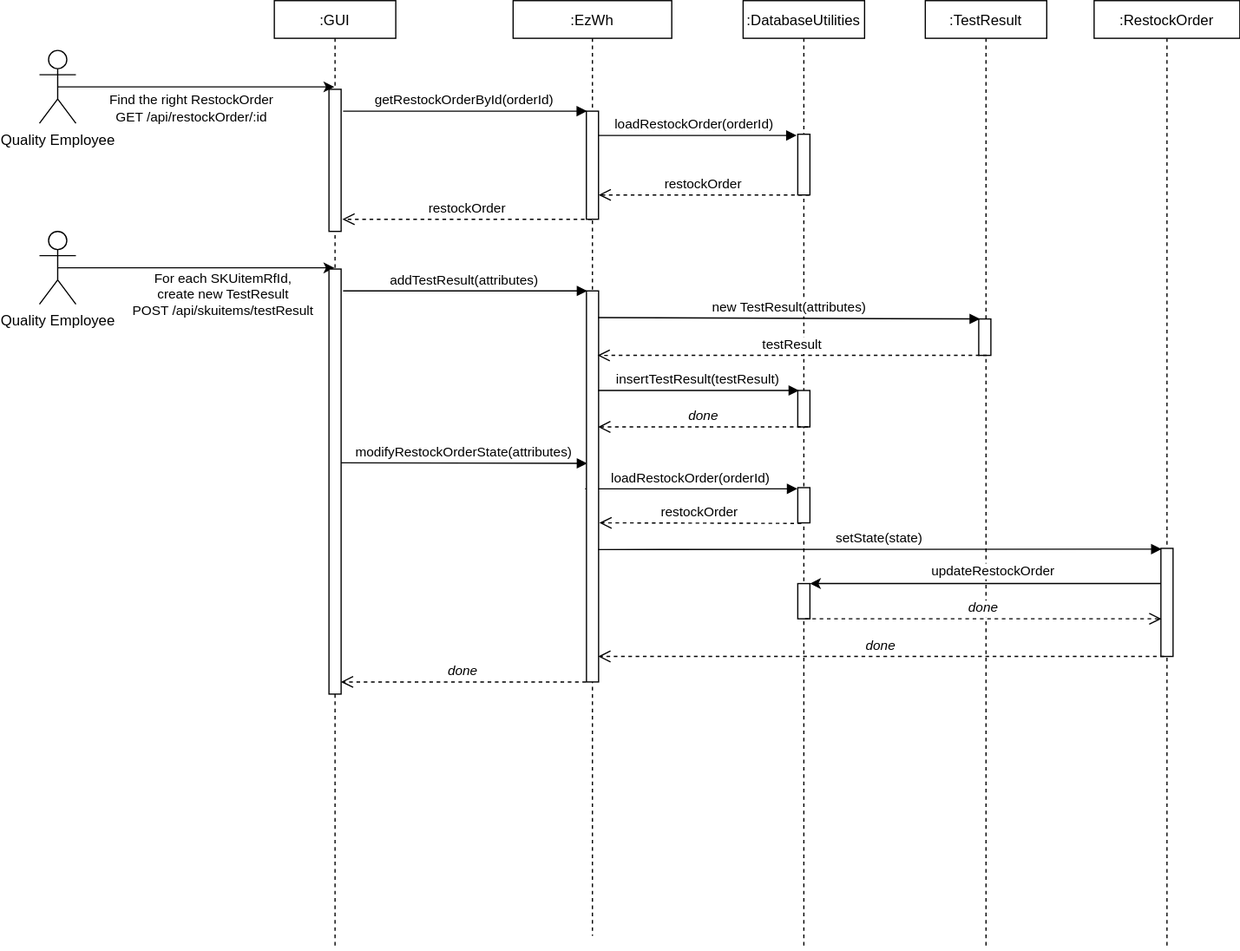
Earlier version of the draw.io export Design-diagrams/scenario5-2-1.svg (enessyarali/Easy-Warehouse). Source tidied: cells renumbered, new cells last; positions are measured from the earlier drawing's top-left corner, leaving out a move shared by most shapes.
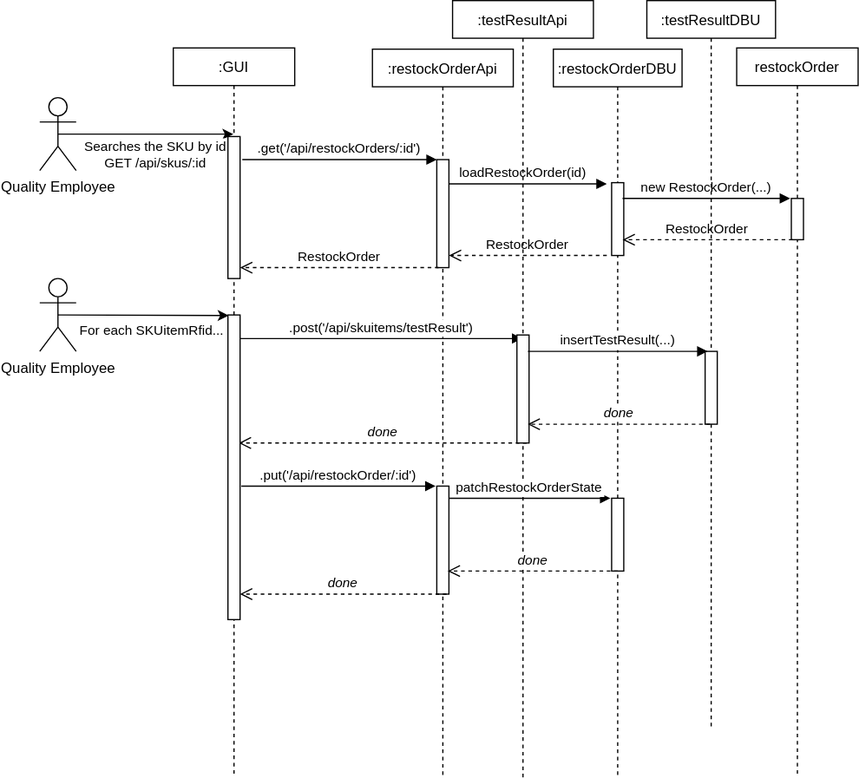
The same file after the commit.

Commit message:
Modified scenario diagram 1-1,1-3,5-2-1

The edit, as a diff of the source:
```diff
@@ -2,174 +2,155 @@
   <root>
     <mxCell id="0" />
     <mxCell id="1" parent="0" />
-    <mxCell id="2" value=":DatabaseUtilities" style="shape=umlLifeline;perimeter=lifelinePerimeter;rounded=0;shadow=0;strokeWidth=1;size=31;" parent="1" vertex="1">
-      <mxGeometry x="579.4" width="100" height="781" as="geometry" />
+    <mxCell id="2" value=":restockOrderDBU" style="shape=umlLifeline;perimeter=lifelinePerimeter;rounded=0;shadow=0;strokeWidth=1;size=31;" parent="1" vertex="1">
+      <mxGeometry x="403" y="41" width="106" height="600" as="geometry" />
     </mxCell>
     <mxCell id="3" style="perimeter=orthogonalPerimeter;rounded=0;shadow=0;strokeWidth=1;" parent="2" vertex="1">
-      <mxGeometry x="45" y="110" width="10" height="50" as="geometry" />
+      <mxGeometry x="48" y="110" width="10" height="60" as="geometry" />
     </mxCell>
-    <mxCell id="4" value="loadRestockOrder(orderId)" style="verticalAlign=bottom;endArrow=block;shadow=0;strokeWidth=1;" parent="2" edge="1" source="10">
+    <mxCell id="4" value="loadRestockOrder(id)" style="verticalAlign=bottom;endArrow=block;shadow=0;strokeWidth=1;" parent="2" edge="1">
       <mxGeometry relative="1" as="geometry">
+        <mxPoint x="-94" y="111" as="sourcePoint" />
         <mxPoint x="44" y="111" as="targetPoint" />
       </mxGeometry>
     </mxCell>
-    <mxCell id="5" style="perimeter=orthogonalPerimeter;rounded=0;shadow=0;strokeWidth=1;" parent="2" vertex="1">
-      <mxGeometry x="45" y="321" width="10" height="30" as="geometry" />
-    </mxCell>
-    <mxCell id="6" style="rounded=0;whiteSpace=wrap;html=1;" parent="2" vertex="1">
-      <mxGeometry x="45" y="401" width="10" height="29" as="geometry" />
-    </mxCell>
-    <mxCell id="7" style="rounded=0;whiteSpace=wrap;html=1;" parent="2" vertex="1">
-      <mxGeometry x="45" y="480" width="10" height="29" as="geometry" />
-    </mxCell>
+    <mxCell id="40" style="perimeter=orthogonalPerimeter;rounded=0;shadow=0;strokeWidth=1;" parent="2" vertex="1">
+      <mxGeometry x="48" y="370" width="10" height="60" as="geometry" />
+    </mxCell>
     <mxCell id="8" value=":GUI" style="shape=umlLifeline;perimeter=lifelinePerimeter;rounded=0;shadow=0;strokeWidth=1;size=31;" parent="1" vertex="1">
-      <mxGeometry x="193.4" width="100" height="781" as="geometry" />
+      <mxGeometry x="90" y="40" width="100" height="601" as="geometry" />
     </mxCell>
     <mxCell id="9" style="perimeter=orthogonalPerimeter;rounded=0;shadow=0;strokeWidth=1;" parent="8" vertex="1">
       <mxGeometry x="45" y="73" width="10" height="117" as="geometry" />
     </mxCell>
-    <mxCell id="10" value=":EzWh" style="shape=umlLifeline;perimeter=lifelinePerimeter;rounded=0;shadow=0;strokeWidth=1;size=31;" parent="1" vertex="1">
-      <mxGeometry x="390" width="130.6" height="770" as="geometry" />
+    <mxCell id="10" value=":restockOrderApi" style="shape=umlLifeline;perimeter=lifelinePerimeter;rounded=0;shadow=0;strokeWidth=1;size=31;" parent="1" vertex="1">
+      <mxGeometry x="254" y="41" width="116" height="600" as="geometry" />
     </mxCell>
     <mxCell id="11" style="perimeter=orthogonalPerimeter;rounded=0;shadow=0;strokeWidth=1;" parent="10" vertex="1">
-      <mxGeometry x="60.3" y="91" width="10" height="89" as="geometry" />
+      <mxGeometry x="53" y="91" width="10" height="89" as="geometry" />
     </mxCell>
-    <mxCell id="12" value="loadRestockOrder(orderId)" style="verticalAlign=bottom;endArrow=block;shadow=0;strokeWidth=1;" parent="10" edge="1">
-      <mxGeometry relative="1" as="geometry">
-        <mxPoint x="59.3" y="402" as="sourcePoint" />
-        <mxPoint x="234" y="402" as="targetPoint" />
-      </mxGeometry>
-    </mxCell>
-    <mxCell id="13" value="restockOrder" style="verticalAlign=bottom;endArrow=open;dashed=1;endSize=8;shadow=0;strokeWidth=1;exitX=0.479;exitY=0.555;exitDx=0;exitDy=0;exitPerimeter=0;" parent="10" edge="1">
-      <mxGeometry relative="1" as="geometry">
-        <mxPoint x="237.3" y="430.5" as="sourcePoint" />
-        <mxPoint x="71" y="430" as="targetPoint" />
-      </mxGeometry>
-    </mxCell>
-    <mxCell id="14" value="modifyRestockOrderState(attributes)" style="verticalAlign=bottom;endArrow=block;shadow=0;strokeWidth=1;exitX=0.795;exitY=0.301;exitDx=0;exitDy=0;exitPerimeter=0;" parent="10" edge="1">
-      <mxGeometry relative="1" as="geometry">
-        <mxPoint x="-142.7" y="380.5" as="sourcePoint" />
-        <mxPoint x="61" y="381" as="targetPoint" />
-      </mxGeometry>
-    </mxCell>
+    <mxCell id="41" value="done" style="verticalAlign=bottom;endArrow=open;dashed=1;endSize=8;exitX=0;exitY=0.95;shadow=0;strokeWidth=1;fontStyle=2;" parent="10" edge="1">
+      <mxGeometry relative="1" as="geometry">
+        <mxPoint x="127" y="324.5" as="sourcePoint" />
+        <mxPoint x="-110.1" y="324.5" as="targetPoint" />
+      </mxGeometry>
+    </mxCell>
+    <mxCell id="42" style="perimeter=orthogonalPerimeter;rounded=0;shadow=0;strokeWidth=1;" parent="10" vertex="1">
+      <mxGeometry x="53" y="360" width="10" height="89" as="geometry" />
+    </mxCell>
-    <mxCell id="15" value="restockOrder" style="verticalAlign=bottom;endArrow=open;dashed=1;endSize=8;shadow=0;strokeWidth=1;" parent="1" edge="1">
+    <mxCell id="15" value="RestockOrder" style="verticalAlign=bottom;endArrow=open;dashed=1;endSize=8;exitX=0;exitY=0.95;shadow=0;strokeWidth=1;" parent="1" edge="1">
       <mxGeometry relative="1" as="geometry">
-        <mxPoint x="633.9" y="160" as="sourcePoint" />
-        <mxPoint x="460.4" y="160" as="targetPoint" />
+        <mxPoint x="447" y="211" as="sourcePoint" />
+        <mxPoint x="317" y="211" as="targetPoint" />
       </mxGeometry>
     </mxCell>
-    <mxCell id="16" value="getRestockOrderById(orderId)" style="verticalAlign=bottom;endArrow=block;shadow=0;strokeWidth=1;" parent="1" edge="1">
+    <mxCell id="16" value=".get('/api/restockOrders/:id')" style="verticalAlign=bottom;endArrow=block;shadow=0;strokeWidth=1;" parent="1" edge="1">
       <mxGeometry relative="1" as="geometry">
-        <mxPoint x="250" y="91" as="sourcePoint" />
-        <mxPoint x="450.8" y="91" as="targetPoint" />
+        <mxPoint x="146.8" y="132" as="sourcePoint" />
+        <mxPoint x="307" y="132" as="targetPoint" />
       </mxGeometry>
     </mxCell>
     <mxCell id="17" style="rounded=0;jettySize=auto;html=1;exitX=0.5;exitY=0.5;exitDx=0;exitDy=0;exitPerimeter=0;" parent="1" edge="1" source="19" target="8">
       <mxGeometry relative="1" as="geometry" />
     </mxCell>
-    <mxCell id="18" value="&lt;div&gt;Find the right RestockOrder&lt;/div&gt;&lt;div&gt;GET /api/restockOrder/:id&lt;br&gt;&lt;/div&gt;" style="edgeLabel;html=1;align=center;verticalAlign=middle;" parent="17" vertex="1">
+    <mxCell id="18" value="Searches the SKU by id&lt;br&gt;GET /api/skus/:id" style="edgeLabel;html=1;align=center;verticalAlign=middle;" parent="17" vertex="1">
       <mxGeometry x="-0.29" y="2" relative="1" as="geometry">
         <mxPoint x="28" y="19" as="offset" />
       </mxGeometry>
     </mxCell>
     <mxCell id="19" value="Quality Employee" style="shape=umlActor;verticalLabelPosition=bottom;verticalAlign=top;html=1;outlineConnect=0;" parent="1" vertex="1">
-      <mxGeometry y="41" width="30" height="60" as="geometry" />
+      <mxGeometry x="-20" y="81" width="30" height="60" as="geometry" />
     </mxCell>
-    <mxCell id="20" value=":TestResult" style="shape=umlLifeline;perimeter=lifelinePerimeter;rounded=0;shadow=0;strokeWidth=1;size=31;" parent="1" vertex="1">
-      <mxGeometry x="729.4" width="100" height="781" as="geometry" />
+    <mxCell id="20" value="restockOrder" style="shape=umlLifeline;perimeter=lifelinePerimeter;rounded=0;shadow=0;strokeWidth=1;size=31;" parent="1" vertex="1">
+      <mxGeometry x="554" y="40" width="100" height="601" as="geometry" />
     </mxCell>
+    <mxCell id="43" style="perimeter=orthogonalPerimeter;rounded=0;shadow=0;strokeWidth=1;" parent="20" vertex="1">
+      <mxGeometry x="45" y="124" width="10" height="34" as="geometry" />
+    </mxCell>
+    <mxCell id="44" value="new RestockOrder(...)" style="verticalAlign=bottom;endArrow=block;shadow=0;strokeWidth=1;" parent="20" edge="1">
+      <mxGeometry relative="1" as="geometry">
+        <mxPoint x="-94" y="124" as="sourcePoint" />
+        <mxPoint x="44" y="124" as="targetPoint" />
+      </mxGeometry>
+    </mxCell>
-    <mxCell id="21" value="restockOrder" style="verticalAlign=bottom;endArrow=open;dashed=1;endSize=8;shadow=0;strokeWidth=1;fontStyle=0;" parent="1" edge="1" source="10">
+    <mxCell id="21" value="RestockOrder" style="verticalAlign=bottom;endArrow=open;dashed=1;endSize=8;exitX=0;exitY=0.95;shadow=0;strokeWidth=1;fontStyle=0;" parent="1" edge="1">
       <mxGeometry relative="1" as="geometry">
-        <mxPoint x="249.4" y="180" as="targetPoint" />
+        <mxPoint x="308.5" y="221" as="sourcePoint" />
+        <mxPoint x="145" y="221" as="targetPoint" />
       </mxGeometry>
     </mxCell>
-    <mxCell id="22" style="rounded=0;jettySize=auto;html=1;exitX=0.5;exitY=0.5;exitDx=0;exitDy=0;exitPerimeter=0;" parent="1" edge="1" source="24" target="8">
+    <mxCell id="22" style="rounded=0;jettySize=auto;html=1;exitX=0.5;exitY=0.5;exitDx=0;exitDy=0;exitPerimeter=0;entryX=0.057;entryY=0.002;entryDx=0;entryDy=0;entryPerimeter=0;" parent="1" edge="1" source="24" target="25">
       <mxGeometry relative="1" as="geometry" />
     </mxCell>
-    <mxCell id="23" value="&lt;div&gt;For each SKUitemRfId, &lt;br&gt;&lt;/div&gt;&lt;div&gt;create new  TestResult&lt;/div&gt;&lt;div&gt;POST /api/skuitems/testResult&lt;br&gt;&lt;/div&gt;" style="edgeLabel;html=1;align=center;verticalAlign=middle;" parent="22" vertex="1">
+    <mxCell id="23" value="For each SKUitemRfid..." style="edgeLabel;html=1;align=center;verticalAlign=middle;" parent="22" vertex="1">
       <mxGeometry x="-0.29" y="2" relative="1" as="geometry">
-        <mxPoint x="54" y="23" as="offset" />
+        <mxPoint x="26" y="15" as="offset" />
       </mxGeometry>
     </mxCell>
     <mxCell id="24" value="Quality Employee" style="shape=umlActor;verticalLabelPosition=bottom;verticalAlign=top;html=1;outlineConnect=0;" parent="1" vertex="1">
-      <mxGeometry y="190" width="30" height="60" as="geometry" />
+      <mxGeometry x="-20" y="230" width="30" height="60" as="geometry" />
     </mxCell>
     <mxCell id="25" style="points=[];perimeter=orthogonalPerimeter;rounded=0;shadow=0;strokeWidth=1;" parent="1" vertex="1">
-      <mxGeometry x="238.4" y="221" width="10" height="350" as="geometry" />
+      <mxGeometry x="135" y="260" width="10" height="251" as="geometry" />
     </mxCell>
-    <mxCell id="26" style="perimeter=orthogonalPerimeter;rounded=0;shadow=0;strokeWidth=1;" parent="1" vertex="1">
-      <mxGeometry x="450.4" y="239" width="10" height="322" as="geometry" />
-    </mxCell>
-    <mxCell id="27" value="addTestResult(attributes)" style="verticalAlign=bottom;endArrow=block;shadow=0;strokeWidth=1;" parent="1" edge="1">
+    <mxCell id="27" value=".post('/api/skuitems/testResult')" style="verticalAlign=bottom;endArrow=block;shadow=0;strokeWidth=1;" parent="1" edge="1" target="46">
       <mxGeometry relative="1" as="geometry">
-        <mxPoint x="250" y="239" as="sourcePoint" />
-        <mxPoint x="451" y="239" as="targetPoint" />
+        <mxPoint x="144.9" y="279.4" as="sourcePoint" />
       </mxGeometry>
     </mxCell>
-    <mxCell id="28" value=":RestockOrder" style="shape=umlLifeline;perimeter=lifelinePerimeter;rounded=0;shadow=0;strokeWidth=1;size=31;" parent="1" vertex="1">
-      <mxGeometry x="868.4" width="120" height="781" as="geometry" />
-    </mxCell>
-    <mxCell id="29" style="rounded=0;whiteSpace=wrap;html=1;" parent="28" vertex="1">
-      <mxGeometry x="55" y="451" width="10" height="89" as="geometry" />
-    </mxCell>
-    <mxCell id="30" value="updateRestockOrder" style="endArrow=classic;html=1;rounded=0;entryX=1;entryY=0;entryDx=0;entryDy=0;" parent="28" edge="1" target="7">
-      <mxGeometry x="-0.04" y="-10" relative="1" as="geometry">
-        <mxPoint x="55" y="480" as="sourcePoint" />
-        <Array as="points">
-          <mxPoint x="55" y="480" />
-          <mxPoint x="25" y="480" />
-        </Array>
-      </mxGeometry>
-    </mxCell>
-    <mxCell id="31" value="done" style="verticalAlign=bottom;endArrow=open;dashed=1;endSize=8;shadow=0;strokeWidth=1;fontStyle=2;exitX=0.25;exitY=1;exitDx=0;exitDy=0;" parent="28" edge="1" source="29">
-      <mxGeometry relative="1" as="geometry">
-        <mxPoint x="-408.3" y="540" as="targetPoint" />
-      </mxGeometry>
-    </mxCell>
-    <mxCell id="32" style="perimeter=orthogonalPerimeter;rounded=0;shadow=0;strokeWidth=1;" parent="1" vertex="1">
-      <mxGeometry x="773.4" y="262.1" width="10" height="30" as="geometry" />
-    </mxCell>
-    <mxCell id="33" value="new TestResult(attributes)" style="verticalAlign=bottom;endArrow=block;shadow=0;strokeWidth=1;" parent="1" edge="1">
-      <mxGeometry relative="1" as="geometry">
-        <mxPoint x="460" y="261" as="sourcePoint" />
-        <mxPoint x="774.4" y="262.1" as="targetPoint" />
-      </mxGeometry>
-    </mxCell>
-    <mxCell id="34" value="testResult" style="verticalAlign=bottom;endArrow=open;dashed=1;endSize=8;shadow=0;strokeWidth=1;" parent="1" edge="1">
-      <mxGeometry relative="1" as="geometry">
-        <mxPoint x="780" y="292" as="sourcePoint" />
-        <mxPoint x="459.5" y="292.1" as="targetPoint" />
-      </mxGeometry>
-    </mxCell>
-    <mxCell id="35" value="insertTestResult(testResult)" style="verticalAlign=bottom;endArrow=block;shadow=0;strokeWidth=1;" parent="1" edge="1">
-      <mxGeometry relative="1" as="geometry">
-        <mxPoint x="460" y="321" as="sourcePoint" />
-        <mxPoint x="625.4" y="321" as="targetPoint" />
-      </mxGeometry>
-    </mxCell>
-    <mxCell id="36" value="done" style="verticalAlign=bottom;endArrow=open;dashed=1;endSize=8;shadow=0;strokeWidth=1;fontStyle=2;" parent="1" edge="1">
-      <mxGeometry relative="1" as="geometry">
-        <mxPoint x="632.9" y="351" as="sourcePoint" />
-        <mxPoint x="460" y="351" as="targetPoint" />
-      </mxGeometry>
-    </mxCell>
-    <mxCell id="37" value="setState(state)" style="verticalAlign=bottom;endArrow=block;shadow=0;strokeWidth=1;" parent="1" edge="1">
-      <mxGeometry relative="1" as="geometry">
-        <mxPoint x="460" y="452" as="sourcePoint" />
-        <mxPoint x="923.9" y="451.6" as="targetPoint" />
-      </mxGeometry>
-    </mxCell>
-    <mxCell id="38" value="done" style="verticalAlign=bottom;endArrow=open;dashed=1;endSize=8;shadow=0;strokeWidth=1;fontStyle=2;exitX=1;exitY=1;exitDx=0;exitDy=0;" parent="1" edge="1">
-      <mxGeometry relative="1" as="geometry">
-        <mxPoint x="630.4" y="509" as="sourcePoint" />
-        <mxPoint x="923.9" y="509" as="targetPoint" />
-      </mxGeometry>
-    </mxCell>
-    <mxCell id="39" value="done" style="verticalAlign=bottom;endArrow=open;dashed=1;endSize=8;shadow=0;strokeWidth=1;fontStyle=2;" parent="1" edge="1">
-      <mxGeometry relative="1" as="geometry">
-        <mxPoint x="450" y="561" as="sourcePoint" />
-        <mxPoint x="248.2" y="561" as="targetPoint" />
-      </mxGeometry>
-    </mxCell>
+    <mxCell id="45" value="RestockOrder" style="verticalAlign=bottom;endArrow=open;dashed=1;endSize=8;exitX=0;exitY=0.95;shadow=0;strokeWidth=1;" parent="1" edge="1">
+      <mxGeometry relative="1" as="geometry">
+        <mxPoint x="600" y="198" as="sourcePoint" />
+        <mxPoint x="460" y="198" as="targetPoint" />
+      </mxGeometry>
+    </mxCell>
+    <mxCell id="46" value=":testResultApi" style="shape=umlLifeline;perimeter=lifelinePerimeter;rounded=0;shadow=0;strokeWidth=1;size=31;" parent="1" vertex="1">
+      <mxGeometry x="320" y="1" width="116" height="640" as="geometry" />
+    </mxCell>
+    <mxCell id="47" style="perimeter=orthogonalPerimeter;rounded=0;shadow=0;strokeWidth=1;" parent="46" vertex="1">
+      <mxGeometry x="53" y="275.5" width="10" height="89" as="geometry" />
+    </mxCell>
+    <mxCell id="48" value="patchRestockOrderState" style="verticalAlign=bottom;endArrow=block;shadow=0;strokeWidth=1;" parent="46" edge="1">
+      <mxGeometry relative="1" as="geometry">
+        <mxPoint x="-3" y="410" as="sourcePoint" />
+        <mxPoint x="130" y="410" as="targetPoint" />
+      </mxGeometry>
+    </mxCell>
+    <mxCell id="49" value="done" style="verticalAlign=bottom;endArrow=open;dashed=1;endSize=8;shadow=0;strokeWidth=1;fontStyle=2;" parent="46" edge="1">
+      <mxGeometry relative="1" as="geometry">
+        <mxPoint x="136" y="470" as="sourcePoint" />
+        <mxPoint x="-4" y="470" as="targetPoint" />
+      </mxGeometry>
+    </mxCell>
+    <mxCell id="50" value=":testResultDBU" style="shape=umlLifeline;perimeter=lifelinePerimeter;rounded=0;shadow=0;strokeWidth=1;size=31;" parent="1" vertex="1">
+      <mxGeometry x="480" y="1" width="106" height="600" as="geometry" />
+    </mxCell>
+    <mxCell id="51" style="perimeter=orthogonalPerimeter;rounded=0;shadow=0;strokeWidth=1;" parent="50" vertex="1">
+      <mxGeometry x="48" y="289" width="10" height="60" as="geometry" />
+    </mxCell>
+    <mxCell id="52" value="insertTestResult(...)" style="verticalAlign=bottom;endArrow=block;shadow=0;strokeWidth=1;exitX=0.7;exitY=0.163;exitDx=0;exitDy=0;exitPerimeter=0;" parent="50" edge="1">
+      <mxGeometry relative="1" as="geometry">
+        <mxPoint x="-98" y="289" as="sourcePoint" />
+        <mxPoint x="50" y="289" as="targetPoint" />
+      </mxGeometry>
+    </mxCell>
+    <mxCell id="53" value="done" style="verticalAlign=bottom;endArrow=open;dashed=1;endSize=8;exitX=0;exitY=0.95;shadow=0;strokeWidth=1;fontStyle=2;" parent="50" edge="1">
+      <mxGeometry relative="1" as="geometry">
+        <mxPoint x="52" y="349" as="sourcePoint" />
+        <mxPoint x="-98.2" y="349" as="targetPoint" />
+      </mxGeometry>
+    </mxCell>
+    <mxCell id="54" value=".put('/api/restockOrder/:id')" style="verticalAlign=bottom;endArrow=block;shadow=0;strokeWidth=1;" parent="1" edge="1">
+      <mxGeometry relative="1" as="geometry">
+        <mxPoint x="146" y="401" as="sourcePoint" />
+        <mxPoint x="306" y="401" as="targetPoint" />
+      </mxGeometry>
+    </mxCell>
+    <mxCell id="55" value="done" style="verticalAlign=bottom;endArrow=open;dashed=1;endSize=8;shadow=0;strokeWidth=1;fontStyle=2;" parent="1" edge="1">
+      <mxGeometry relative="1" as="geometry">
+        <mxPoint x="315" y="490" as="sourcePoint" />
+        <mxPoint x="144.9" y="490" as="targetPoint" />
+      </mxGeometry>
+    </mxCell>
   </root>
 </mxGraphModel>
```
